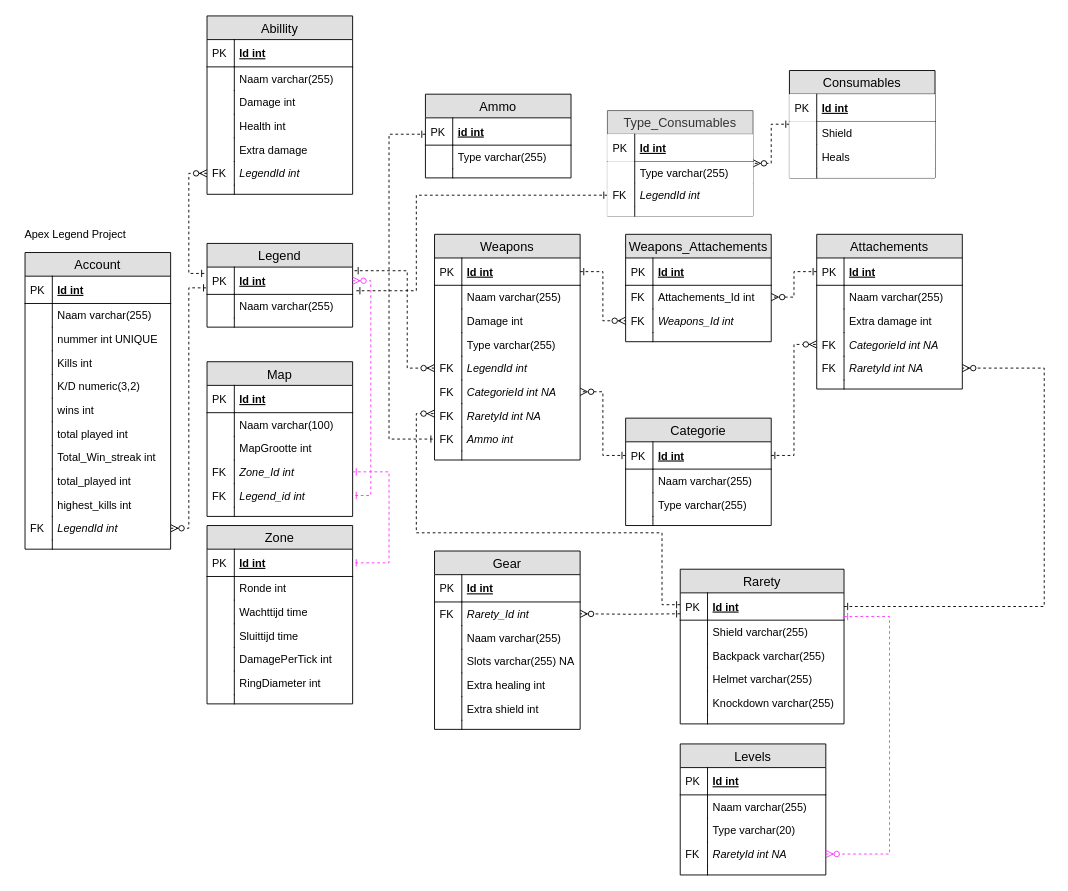
donnie1998/thomasmore2019-2020 keeps this draw.io diagram as Project_Apex.drawio. Above is the earlier version. Source tidied: cells renumbered, new cells numbered last; positions are measured from the earlier drawing's top-left corner, leaving out a move shared by most shapes. Both pictures are drawn from the tidied source at 91%, with x=0, y=0 at pixel (15, 15).
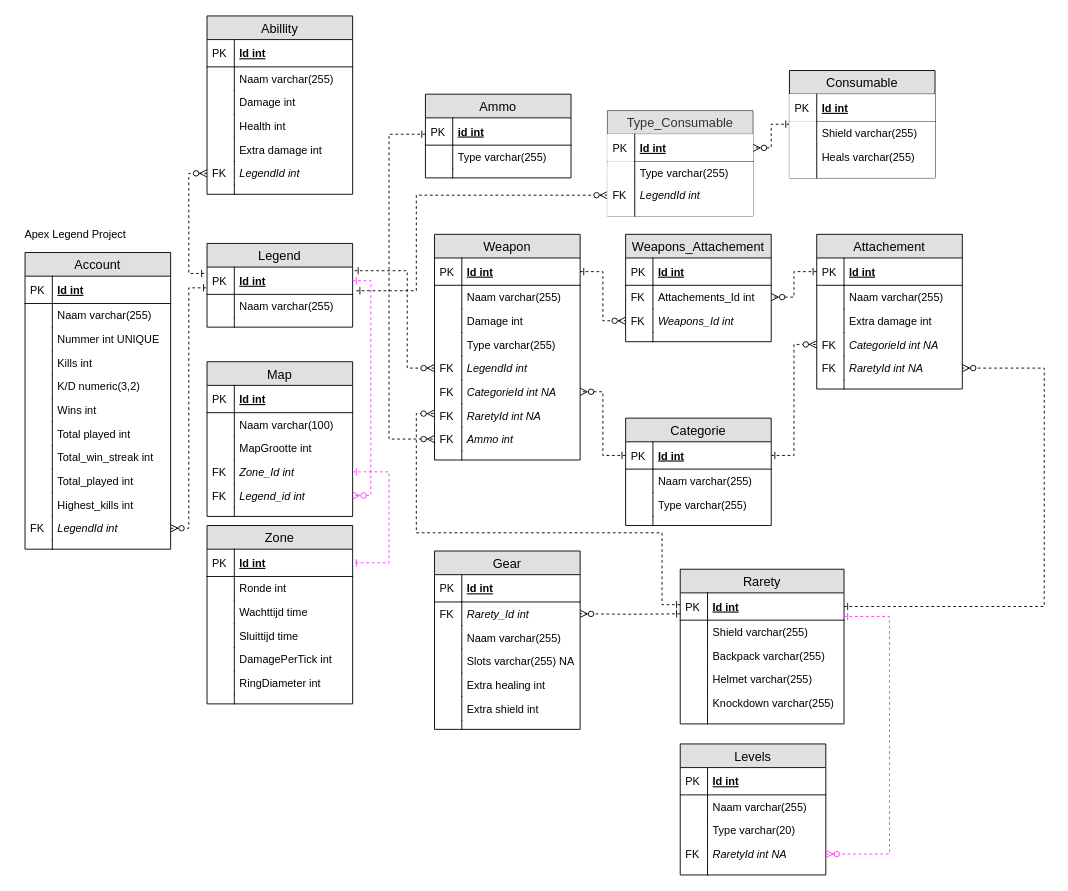
The same page after the edit.

The change refers to these unchanged cells:
```xml
<mxCell id="4" value="Account" style="swimlane;fontStyle=0;horizontal=1;startSize=26;fillColor=#e0e0e0;swimlaneFillColor=#ffffff;align=center;fontSize=14;" parent="1" vertex="1">
  <mxGeometry x="10" y="260" width="160" height="326" as="geometry" />
</mxCell>
<mxCell id="43" value="Id int " style="shape=partialRectangle;top=0;left=0;right=0;bottom=1;align=left;verticalAlign=middle;fillColor=none;spacingLeft=34;spacingRight=4;overflow=hidden;points=[[0,0.5],[1,0.5]];portConstraint=eastwest;fontStyle=5;fontSize=12;" parent="42" vertex="1">
  <mxGeometry y="26" width="160" height="30" as="geometry" />
</mxCell>
<mxCell id="65" value="Ammo int " style="shape=partialRectangle;top=0;left=0;right=0;bottom=0;align=left;verticalAlign=top;fillColor=none;spacingLeft=34;spacingRight=4;overflow=hidden;points=[[0,0.5],[1,0.5]];portConstraint=eastwest;fontSize=12;fontStyle=2;" parent="50" vertex="1">
  <mxGeometry y="212" width="160" height="26" as="geometry" />
</mxCell>
<mxCell id="158" value="Legend_id int" style="shape=partialRectangle;top=0;left=0;right=0;bottom=0;align=left;verticalAlign=top;fillColor=none;spacingLeft=34;spacingRight=4;overflow=hidden;points=[[0,0.5],[1,0.5]];portConstraint=eastwest;fontSize=12;fontStyle=2;" parent="149" vertex="1">
  <mxGeometry y="134" width="160" height="26" as="geometry" />
</mxCell>
<mxCell id="165" value="Abillity" style="swimlane;fontStyle=0;horizontal=1;startSize=26;fillColor=#e0e0e0;swimlaneFillColor=#ffffff;align=center;fontSize=14;" parent="1" vertex="1">
  <mxGeometry x="210" width="160" height="196" as="geometry" />
</mxCell>
<mxCell id="192" value="id int" style="shape=partialRectangle;top=0;left=0;right=0;bottom=1;align=left;verticalAlign=middle;fillColor=none;spacingLeft=34;spacingRight=4;overflow=hidden;points=[[0,0.5],[1,0.5]];portConstraint=eastwest;fontStyle=5;fontSize=12;" parent="191" vertex="1">
  <mxGeometry y="26" width="160" height="30" as="geometry" />
</mxCell>
<mxCell id="200" value="Id int" style="shape=partialRectangle;top=0;left=0;right=0;bottom=1;align=left;verticalAlign=middle;spacingLeft=34;spacingRight=4;overflow=hidden;points=[[0,0.5],[1,0.5]];portConstraint=eastwest;fontStyle=5;fontSize=12;" parent="199" vertex="1">
  <mxGeometry y="26" width="160" height="30" as="geometry" />
</mxCell>
<mxCell id="204" value="LegendId int" style="shape=partialRectangle;top=0;left=0;right=0;bottom=0;align=left;verticalAlign=top;spacingLeft=34;spacingRight=4;overflow=hidden;points=[[0,0.5],[1,0.5]];portConstraint=eastwest;fontSize=12;fontStyle=2;" parent="199" vertex="1">
  <mxGeometry y="80" width="160" height="26" as="geometry" />
</mxCell>
```

The edit, as a diff of the source:
```diff
@@
-    <mxCell id="9" value="nummer int UNIQUE" style="shape=partialRectangle;top=0;left=0;right=0;bottom=0;align=left;verticalAlign=top;fillColor=none;spacingLeft=34;spacingRight=4;overflow=hidden;fontSize=12;" parent="4" vertex="1">
+    <mxCell id="9" value="Nummer int UNIQUE" style="shape=partialRectangle;top=0;left=0;right=0;bottom=0;align=left;verticalAlign=top;fillColor=none;spacingLeft=34;spacingRight=4;overflow=hidden;fontSize=12;" parent="4" vertex="1">
       <mxGeometry y="82" width="160" height="26" as="geometry" />
     </mxCell>
@@
-    <mxCell id="15" value="wins int" style="shape=partialRectangle;top=0;left=0;right=0;bottom=0;align=left;verticalAlign=top;fillColor=none;spacingLeft=34;spacingRight=4;overflow=hidden;fontSize=12;" parent="4" vertex="1">
+    <mxCell id="15" value="Wins int" style="shape=partialRectangle;top=0;left=0;right=0;bottom=0;align=left;verticalAlign=top;fillColor=none;spacingLeft=34;spacingRight=4;overflow=hidden;fontSize=12;" parent="4" vertex="1">
       <mxGeometry y="160" width="160" height="26" as="geometry" />
     </mxCell>
@@
-    <mxCell id="17" value="total played int" style="shape=partialRectangle;top=0;left=0;right=0;bottom=0;align=left;verticalAlign=top;fillColor=none;spacingLeft=34;spacingRight=4;overflow=hidden;fontSize=12;" parent="4" vertex="1">
+    <mxCell id="17" value="Total played int" style="shape=partialRectangle;top=0;left=0;right=0;bottom=0;align=left;verticalAlign=top;fillColor=none;spacingLeft=34;spacingRight=4;overflow=hidden;fontSize=12;" parent="4" vertex="1">
       <mxGeometry y="186" width="160" height="26" as="geometry" />
     </mxCell>
@@
-    <mxCell id="19" value="Total_Win_streak int" style="shape=partialRectangle;top=0;left=0;right=0;bottom=0;align=left;verticalAlign=top;fillColor=none;spacingLeft=34;spacingRight=4;overflow=hidden;fontSize=12;" parent="4" vertex="1">
+    <mxCell id="19" value="Total_win_streak int" style="shape=partialRectangle;top=0;left=0;right=0;bottom=0;align=left;verticalAlign=top;fillColor=none;spacingLeft=34;spacingRight=4;overflow=hidden;fontSize=12;" parent="4" vertex="1">
       <mxGeometry y="212" width="160" height="26" as="geometry" />
     </mxCell>
@@
-    <mxCell id="21" value="total_played int" style="shape=partialRectangle;top=0;left=0;right=0;bottom=0;align=left;verticalAlign=top;fillColor=none;spacingLeft=34;spacingRight=4;overflow=hidden;fontSize=12;" parent="4" vertex="1">
+    <mxCell id="21" value="Total_played int" style="shape=partialRectangle;top=0;left=0;right=0;bottom=0;align=left;verticalAlign=top;fillColor=none;spacingLeft=34;spacingRight=4;overflow=hidden;fontSize=12;" parent="4" vertex="1">
       <mxGeometry y="238" width="160" height="26" as="geometry" />
     </mxCell>
@@
-    <mxCell id="23" value="highest_kills int" style="shape=partialRectangle;top=0;left=0;right=0;bottom=0;align=left;verticalAlign=top;fillColor=none;spacingLeft=34;spacingRight=4;overflow=hidden;fontSize=12;" parent="4" vertex="1">
+    <mxCell id="23" value="Highest_kills int" style="shape=partialRectangle;top=0;left=0;right=0;bottom=0;align=left;verticalAlign=top;fillColor=none;spacingLeft=34;spacingRight=4;overflow=hidden;fontSize=12;" parent="4" vertex="1">
       <mxGeometry y="264" width="160" height="26" as="geometry" />
     </mxCell>
@@
-    <mxCell id="50" value="Weapons" style="swimlane;fontStyle=0;horizontal=1;startSize=26;fillColor=#e0e0e0;swimlaneFillColor=#ffffff;align=center;fontSize=14;" parent="1" vertex="1">
+    <mxCell id="50" value="Weapon" style="swimlane;fontStyle=0;horizontal=1;startSize=26;fillColor=#e0e0e0;swimlaneFillColor=#ffffff;align=center;fontSize=14;" parent="1" vertex="1">
       <mxGeometry x="460" y="240" width="160" height="248" as="geometry" />
     </mxCell>
@@
-    <mxCell id="69" value="Attachements" style="swimlane;fontStyle=0;horizontal=1;startSize=26;fillColor=#e0e0e0;swimlaneFillColor=#ffffff;align=center;fontSize=14;" parent="1" vertex="1">
+    <mxCell id="69" value="Attachement" style="swimlane;fontStyle=0;horizontal=1;startSize=26;fillColor=#e0e0e0;swimlaneFillColor=#ffffff;align=center;fontSize=14;" parent="1" vertex="1">
       <mxGeometry x="880" y="240" width="160" height="170" as="geometry" />
     </mxCell>
@@
-    <mxCell id="108" value="Weapons_Attachements" style="swimlane;fontStyle=0;horizontal=1;startSize=26;fillColor=#e0e0e0;swimlaneFillColor=#ffffff;align=center;fontSize=14;" parent="1" vertex="1">
+    <mxCell id="108" value="Weapons_Attachement" style="swimlane;fontStyle=0;horizontal=1;startSize=26;fillColor=#e0e0e0;swimlaneFillColor=#ffffff;align=center;fontSize=14;" parent="1" vertex="1">
       <mxGeometry x="670" y="240" width="160" height="118" as="geometry" />
     </mxCell>
@@
-    <mxCell id="162" style="edgeStyle=orthogonalEdgeStyle;rounded=0;jettySize=auto;html=1;exitX=1;exitY=0.5;exitDx=0;exitDy=0;dashed=1;startArrow=ERzeroToMany;startFill=1;endArrow=ERone;endFill=0;strokeColor=#FF33FF;" parent="1" edge="1" source="43" target="158">
+    <mxCell id="162" style="edgeStyle=orthogonalEdgeStyle;rounded=0;jettySize=auto;html=1;exitX=1;exitY=0.5;exitDx=0;exitDy=0;dashed=1;startArrow=ERone;startFill=0;endArrow=ERzeroToMany;endFill=1;strokeColor=#FF33FF;" parent="1" edge="1" source="43" target="158">
       <mxGeometry relative="1" as="geometry" />
     </mxCell>
@@
-    <mxCell id="174" value="Extra damage" style="shape=partialRectangle;top=0;left=0;right=0;bottom=0;align=left;verticalAlign=top;fillColor=none;spacingLeft=34;spacingRight=4;overflow=hidden;fontSize=12;" parent="165" vertex="1">
+    <mxCell id="174" value="Extra damage int" style="shape=partialRectangle;top=0;left=0;right=0;bottom=0;align=left;verticalAlign=top;fillColor=none;spacingLeft=34;spacingRight=4;overflow=hidden;fontSize=12;" parent="165" vertex="1">
       <mxGeometry y="134" width="160" height="26" as="geometry" />
     </mxCell>
@@
-    <mxCell id="180" style="edgeStyle=orthogonalEdgeStyle;rounded=0;jettySize=auto;html=1;dashed=1;startArrow=ERone;startFill=0;endArrow=ERzeroToMany;endFill=1;" parent="1" edge="1" source="181" target="199">
+    <mxCell id="180" style="edgeStyle=orthogonalEdgeStyle;rounded=0;jettySize=auto;html=1;dashed=1;startArrow=ERone;startFill=0;endArrow=ERzeroToMany;endFill=1;entryX=1;entryY=0.5;entryDx=0;entryDy=0;" parent="1" edge="1" source="181" target="200">
       <mxGeometry relative="1" as="geometry" />
     </mxCell>
-    <mxCell id="181" value="Consumables" style="swimlane;fontStyle=0;horizontal=1;startSize=26;swimlaneFillColor=#ffffff;align=center;fontSize=14;fillColor=#E0E0E0;" parent="1" vertex="1">
+    <mxCell id="181" value="Consumable" style="swimlane;fontStyle=0;horizontal=1;startSize=26;swimlaneFillColor=#ffffff;align=center;fontSize=14;fillColor=#E0E0E0;" parent="1" vertex="1">
       <mxGeometry x="850" y="60" width="160" height="118" as="geometry" />
     </mxCell>
@@
-    <mxCell id="184" value="Shield" style="shape=partialRectangle;top=0;left=0;right=0;bottom=0;align=left;verticalAlign=top;spacingLeft=34;spacingRight=4;overflow=hidden;fontSize=12;" parent="181" vertex="1">
+    <mxCell id="184" value="Shield varchar(255)" style="shape=partialRectangle;top=0;left=0;right=0;bottom=0;align=left;verticalAlign=top;spacingLeft=34;spacingRight=4;overflow=hidden;fontSize=12;" parent="181" vertex="1">
       <mxGeometry y="56" width="160" height="26" as="geometry" />
     </mxCell>
@@
-    <mxCell id="186" value="Heals" style="shape=partialRectangle;top=0;left=0;right=0;bottom=0;align=left;verticalAlign=top;spacingLeft=34;spacingRight=4;overflow=hidden;fontSize=12;" parent="181" vertex="1">
+    <mxCell id="186" value="Heals varchar(255)" style="shape=partialRectangle;top=0;left=0;right=0;bottom=0;align=left;verticalAlign=top;spacingLeft=34;spacingRight=4;overflow=hidden;fontSize=12;" parent="181" vertex="1">
       <mxGeometry y="82" width="160" height="26" as="geometry" />
     </mxCell>
@@
-    <mxCell id="190" style="edgeStyle=orthogonalEdgeStyle;rounded=0;jettySize=auto;html=1;dashed=1;startArrow=ERone;startFill=0;endArrow=ERone;endFill=0;exitX=0;exitY=0.6;exitDx=0;exitDy=0;exitPerimeter=0;entryX=0;entryY=0.5;entryDx=0;entryDy=0;" parent="1" edge="1" source="192" target="65">
+    <mxCell id="190" style="edgeStyle=orthogonalEdgeStyle;rounded=0;jettySize=auto;html=1;dashed=1;startArrow=ERone;startFill=0;endArrow=ERzeroToMany;endFill=1;exitX=0;exitY=0.6;exitDx=0;exitDy=0;exitPerimeter=0;entryX=0;entryY=0.5;entryDx=0;entryDy=0;" parent="1" edge="1" source="192" target="65">
       <mxGeometry relative="1" as="geometry">
         <Array as="points">
           <mxPoint x="410" y="130" />
           <mxPoint x="410" y="465" />
         </Array>
       </mxGeometry>
     </mxCell>
@@
-    <mxCell id="198" style="edgeStyle=orthogonalEdgeStyle;rounded=0;jettySize=auto;html=1;dashed=1;startArrow=ERone;startFill=0;endArrow=ERone;endFill=0;exitX=0;exitY=0.5;exitDx=0;exitDy=0;entryX=1.025;entryY=0.867;entryDx=0;entryDy=0;entryPerimeter=0;" parent="1" edge="1" source="204" target="43">
+    <mxCell id="198" style="edgeStyle=orthogonalEdgeStyle;rounded=0;jettySize=auto;html=1;dashed=1;startArrow=ERzeroToMany;startFill=1;endArrow=ERone;endFill=0;exitX=0;exitY=0.5;exitDx=0;exitDy=0;entryX=1.025;entryY=0.867;entryDx=0;entryDy=0;entryPerimeter=0;" parent="1" edge="1" source="204" target="43">
       <mxGeometry relative="1" as="geometry">
         <Array as="points">
           <mxPoint x="440" y="197" />
           <mxPoint x="440" y="302" />
         </Array>
       </mxGeometry>
     </mxCell>
-    <mxCell id="199" value="Type_Consumables" style="swimlane;fontStyle=0;horizontal=1;startSize=26;swimlaneFillColor=#ffffff;align=center;fontSize=14;fillColor=#E0E0E0;strokeColor=#666666;fontColor=#333333;" parent="1" vertex="1">
+    <mxCell id="199" value="Type_Consumable" style="swimlane;fontStyle=0;horizontal=1;startSize=26;swimlaneFillColor=#ffffff;align=center;fontSize=14;fillColor=#E0E0E0;strokeColor=#666666;fontColor=#333333;" parent="1" vertex="1">
       <mxGeometry x="650" y="104" width="160" height="116" as="geometry" />
     </mxCell>
```
